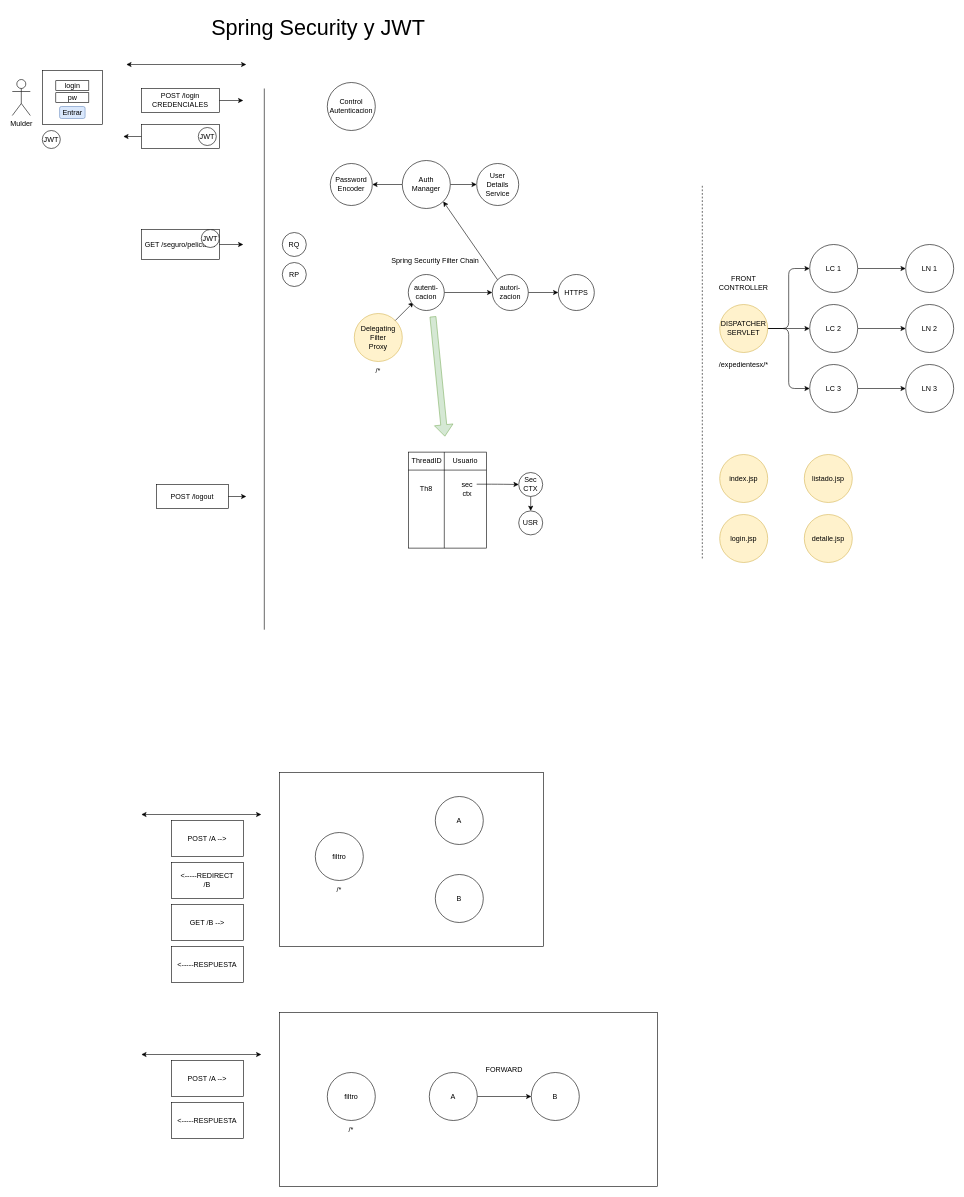
Earlier version of the draw.io diagram page "Página-31" (24 of 30) of seguridad.drawio (lrag/seguridad_java). Source tidied: cells renumbered, new cells numbered last; positions are measured from the earlier drawing's top-left corner, leaving out a move shared by most shapes. Both pictures are drawn from the tidied source at 60%, with x=0, y=0 at pixel (12, 10).
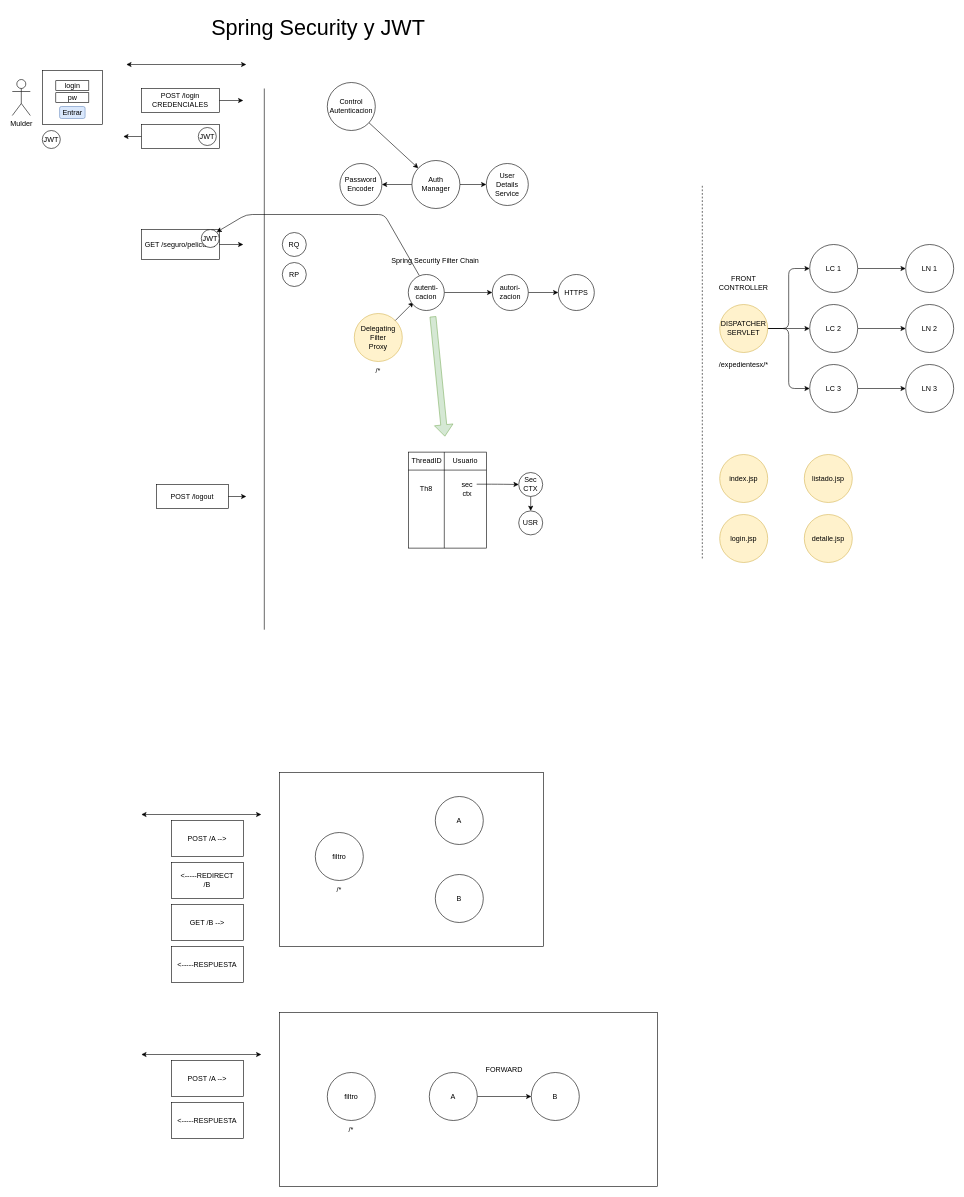
The same diagram, later.

The change refers to these unchanged cells:
```xml
<mxCell id="23" value="autenti-cacion" style="ellipse;whiteSpace=wrap;html=1;" parent="1" vertex="1">
  <mxGeometry x="660" y="440" width="60" height="60" as="geometry" />
</mxCell>
<mxCell id="30" value="autori-zacion" style="ellipse;whiteSpace=wrap;html=1;" parent="1" vertex="1">
  <mxGeometry x="800" y="440" width="60" height="60" as="geometry" />
</mxCell>
<mxCell id="52" value="Control&lt;br&gt;Autenticacion" style="ellipse;whiteSpace=wrap;html=1;" parent="1" vertex="1">
  <mxGeometry x="525" y="120" width="80" height="80" as="geometry" />
</mxCell>
<mxCell id="58" value="JWT" style="ellipse;whiteSpace=wrap;html=1;" parent="1" vertex="1">
  <mxGeometry x="315" y="365" width="30" height="30" as="geometry" />
</mxCell>
```

What changed in the source:
```diff
@@
     <mxCell id="26" value="Auth&lt;br&gt;Manager" style="ellipse;whiteSpace=wrap;html=1;" parent="1" vertex="1">
-      <mxGeometry x="650" y="250" width="80" height="80" as="geometry" />
+      <mxGeometry x="666" y="250" width="80" height="80" as="geometry" />
     </mxCell>
     <mxCell id="27" value="User&lt;br&gt;Details&lt;br&gt;Service" style="ellipse;whiteSpace=wrap;html=1;" parent="1" vertex="1">
-      <mxGeometry x="774" y="255" width="70" height="70" as="geometry" />
+      <mxGeometry x="790" y="255" width="70" height="70" as="geometry" />
     </mxCell>
     <mxCell id="28" value="Password&lt;br&gt;Encoder" style="ellipse;whiteSpace=wrap;html=1;" parent="1" vertex="1">
-      <mxGeometry x="530" y="255" width="70" height="70" as="geometry" />
+      <mxGeometry x="546" y="255" width="70" height="70" as="geometry" />
     </mxCell>
@@
-    <mxCell id="32" style="endArrow=classic;html=1;rounded=0;exitX=0;exitY=0;exitDx=0;exitDy=0;entryX=1;entryY=1;entryDx=0;entryDy=0;" parent="1" edge="1" source="30" target="26">
-      <mxGeometry relative="1" as="geometry" />
-    </mxCell>
@@
+    <mxCell id="89" style="endArrow=classic;html=1;rounded=1;fontSize=12;entryX=1;entryY=0;entryDx=0;entryDy=0;exitX=0.304;exitY=0.027;exitDx=0;exitDy=0;exitPerimeter=0;" parent="1" edge="1" source="23" target="58">
+      <mxGeometry relative="1" as="geometry">
+        <Array as="points">
+          <mxPoint x="620" y="340" />
+          <mxPoint x="390" y="340" />
+        </Array>
+      </mxGeometry>
+    </mxCell>
+    <mxCell id="90" style="endArrow=classic;html=1;rounded=1;fontSize=12;" parent="1" edge="1" source="52" target="26">
+      <mxGeometry relative="1" as="geometry" />
+    </mxCell>
```
